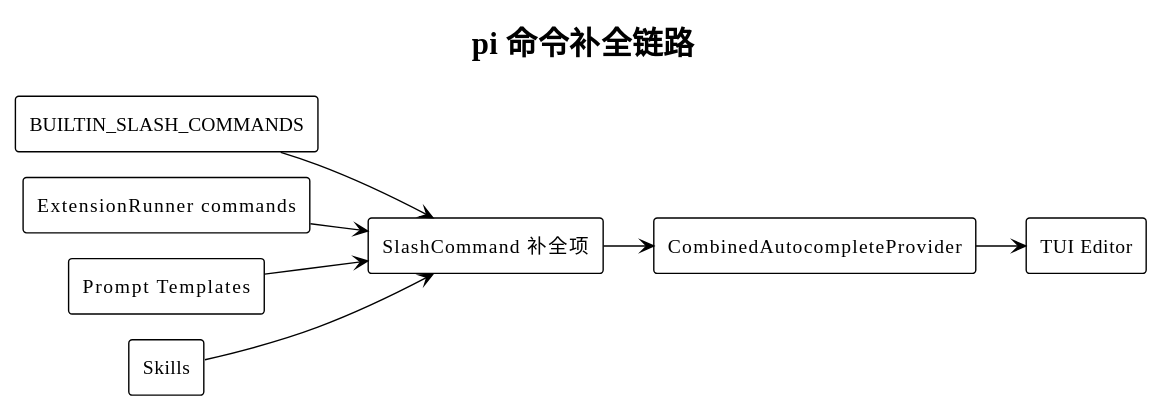
Above: diagrams/builtin-command/02-completion-chain.svg in superheromeZzh/pi-mono-java-design (PlantUML), before the change. Source of this version:
```plantuml
@startuml
!theme plain
!pragma layout smetana
skinparam defaultFontName "PingFang SC"
skinparam shadowing false
skinparam backgroundColor transparent
title pi 命令补全链路

left to right direction
rectangle "BUILTIN_SLASH_COMMANDS" as B
rectangle "ExtensionRunner commands" as E
rectangle "Prompt Templates" as P
rectangle "Skills" as S
rectangle "SlashCommand 补全项" as C
rectangle "CombinedAutocompleteProvider" as A
rectangle "TUI Editor" as T

B --> C
E --> C
P --> C
S --> C
C --> A
A --> T
@enduml
```
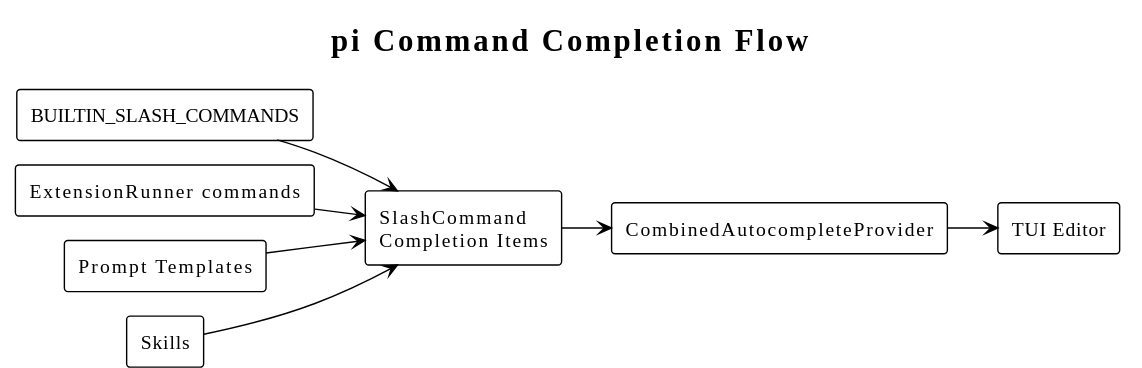
Above is the later version.

Diff of the diagram source:
```diff
@@ -1,17 +1,17 @@
 @startuml
 !theme plain
 !pragma layout smetana
-skinparam defaultFontName "PingFang SC"
+skinparam defaultFontName "SansSerif"
 skinparam shadowing false
 skinparam backgroundColor transparent
-title pi 命令补全链路
+title pi Command Completion Flow
 
 left to right direction
 rectangle "BUILTIN_SLASH_COMMANDS" as B
 rectangle "ExtensionRunner commands" as E
 rectangle "Prompt Templates" as P
 rectangle "Skills" as S
-rectangle "SlashCommand 补全项" as C
+rectangle "SlashCommand\nCompletion Items" as C
 rectangle "CombinedAutocompleteProvider" as A
 rectangle "TUI Editor" as T
 
```
